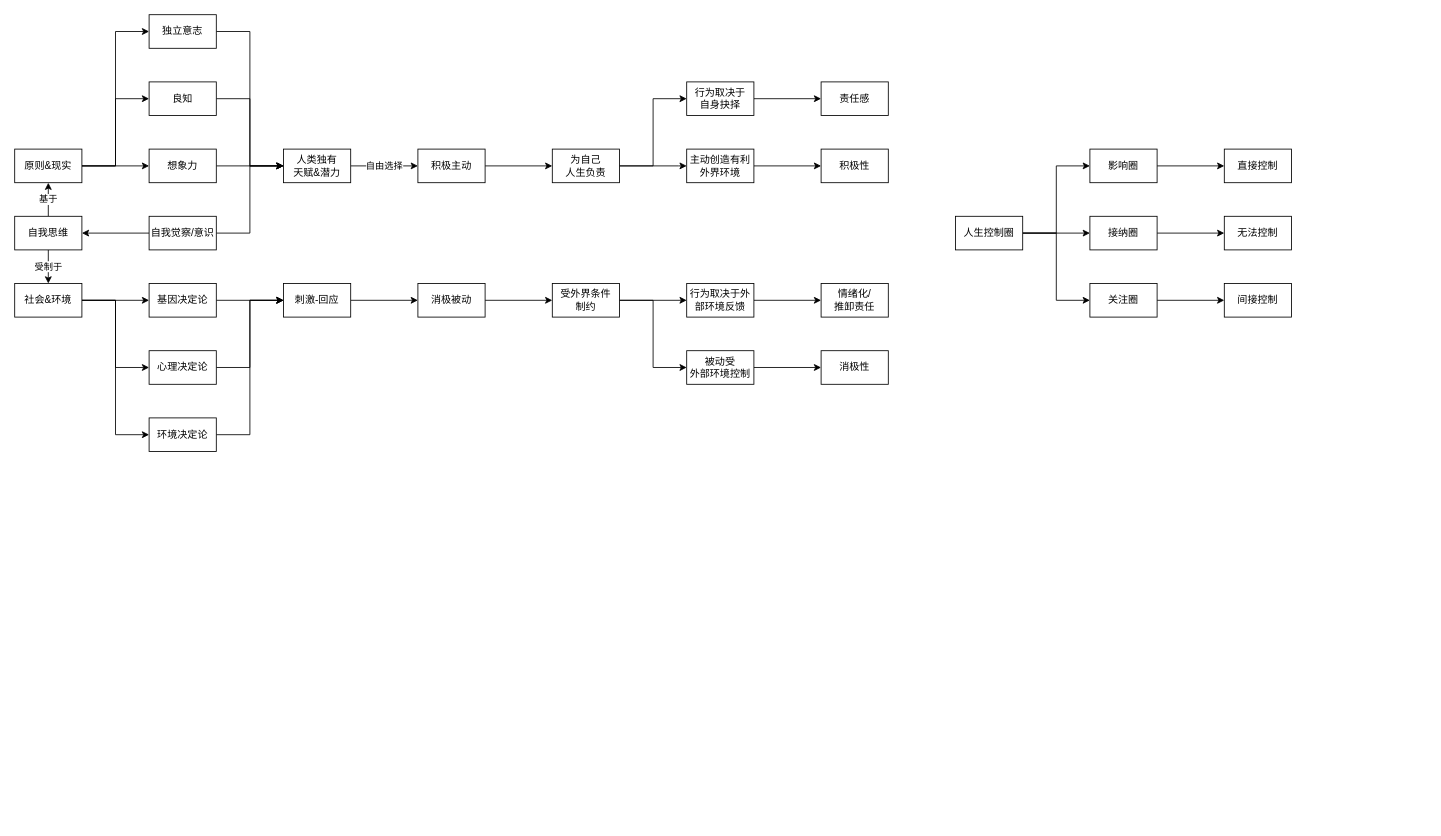
Above: page "第 2 页" (2 of 2) of 高效能人士的七个习惯.drawio in youyusan/hight-effect (draw.io), before the change. Source tidied: cells renumbered, new cells numbered last; positions are measured from the earlier drawing's top-left corner, leaving out a move shared by most shapes. Both pictures are drawn from the tidied source at 84%, with x=0, y=0 at pixel (14, 14).
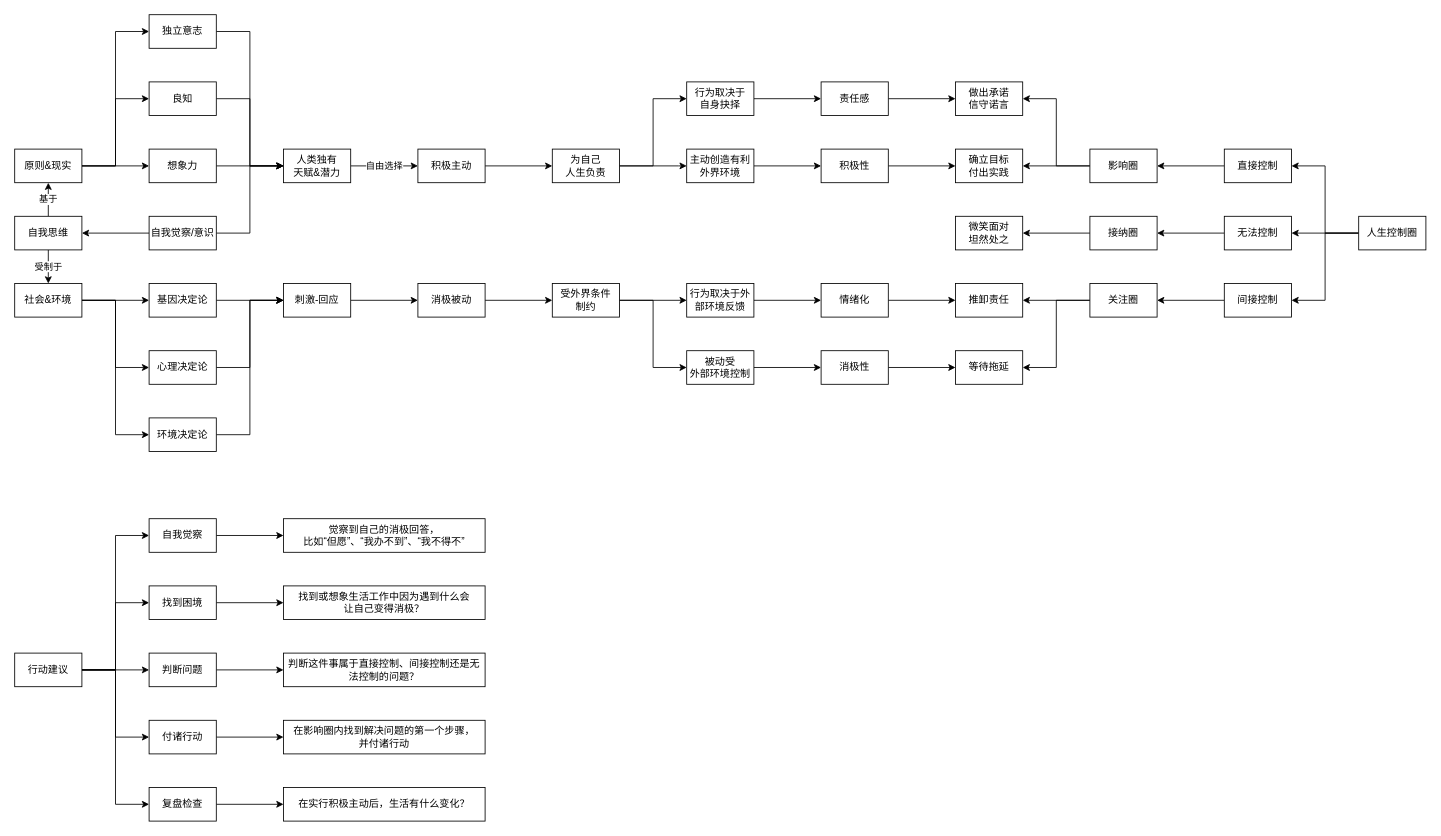
After the change.

Commit message:
更新高效能人士的七个习惯.drawio

Unchanged cells that the change refers to:
```xml
<mxCell id="43" value="责任感" style="rounded=0;whiteSpace=wrap;html=1;" parent="1" vertex="1">
  <mxGeometry x="960" y="80" width="80" height="40" as="geometry" />
</mxCell>
<mxCell id="44" value="积极性" style="rounded=0;whiteSpace=wrap;html=1;" parent="1" vertex="1">
  <mxGeometry x="960" y="160" width="80" height="40" as="geometry" />
</mxCell>
<mxCell id="53" value="消极性" style="rounded=0;whiteSpace=wrap;html=1;" parent="1" vertex="1">
  <mxGeometry x="960" y="400" width="80" height="40" as="geometry" />
</mxCell>
<mxCell id="59" value="关注圈" style="rounded=0;whiteSpace=wrap;html=1;" parent="1" vertex="1">
  <mxGeometry x="1280" y="320" width="80" height="40" as="geometry" />
</mxCell>
<mxCell id="61" value="影响圈" style="rounded=0;whiteSpace=wrap;html=1;" parent="1" vertex="1">
  <mxGeometry x="1280" y="160" width="80" height="40" as="geometry" />
</mxCell>
<mxCell id="63" value="接纳圈" style="rounded=0;whiteSpace=wrap;html=1;" parent="1" vertex="1">
  <mxGeometry x="1280" y="240" width="80" height="40" as="geometry" />
</mxCell>
<mxCell id="64" value="直接控制" style="rounded=0;whiteSpace=wrap;html=1;" parent="1" vertex="1">
  <mxGeometry x="1440" y="160" width="80" height="40" as="geometry" />
</mxCell>
<mxCell id="65" value="间接控制" style="rounded=0;whiteSpace=wrap;html=1;" parent="1" vertex="1">
  <mxGeometry x="1440" y="320" width="80" height="40" as="geometry" />
</mxCell>
<mxCell id="66" value="无法控制" style="rounded=0;whiteSpace=wrap;html=1;" parent="1" vertex="1">
  <mxGeometry x="1440" y="240" width="80" height="40" as="geometry" />
</mxCell>
```

The edit, as a diff of the source:
```diff
@@
+    <mxCell id="67" style="edgeStyle=orthogonalEdgeStyle;rounded=0;jettySize=auto;html=1;" parent="1" edge="1" source="43" target="83">
+      <mxGeometry relative="1" as="geometry" />
+    </mxCell>
@@
+    <mxCell id="68" style="edgeStyle=orthogonalEdgeStyle;rounded=0;jettySize=auto;html=1;" parent="1" edge="1" source="44" target="82">
+      <mxGeometry relative="1" as="geometry" />
+    </mxCell>
@@
+    <mxCell id="69" style="edgeStyle=orthogonalEdgeStyle;rounded=0;jettySize=auto;html=1;" parent="1" edge="1" source="52" target="84">
+      <mxGeometry relative="1" as="geometry" />
+    </mxCell>
-    <mxCell id="52" value="情绪化/&lt;br&gt;推卸责任" style="rounded=0;whiteSpace=wrap;html=1;" parent="1" vertex="1">
+    <mxCell id="52" value="情绪化" style="rounded=0;whiteSpace=wrap;html=1;" parent="1" vertex="1">
       <mxGeometry x="960" y="320" width="80" height="40" as="geometry" />
     </mxCell>
+    <mxCell id="70" style="edgeStyle=orthogonalEdgeStyle;rounded=0;jettySize=auto;html=1;" parent="1" edge="1" source="53" target="85">
+      <mxGeometry relative="1" as="geometry" />
+    </mxCell>
@@
-    <mxCell id="54" style="edgeStyle=orthogonalEdgeStyle;rounded=0;jettySize=auto;html=1;entryX=0;entryY=0.5;entryDx=0;entryDy=0;" parent="1" edge="1" source="57" target="61">
-      <mxGeometry relative="1" as="geometry" />
-    </mxCell>
-    <mxCell id="55" style="edgeStyle=orthogonalEdgeStyle;rounded=0;jettySize=auto;html=1;" parent="1" edge="1" source="57" target="63">
-      <mxGeometry relative="1" as="geometry" />
-    </mxCell>
-    <mxCell id="56" style="edgeStyle=orthogonalEdgeStyle;rounded=0;jettySize=auto;html=1;entryX=0;entryY=0.5;entryDx=0;entryDy=0;" parent="1" edge="1" source="57" target="59">
-      <mxGeometry relative="1" as="geometry" />
-    </mxCell>
+    <mxCell id="71" style="edgeStyle=orthogonalEdgeStyle;rounded=0;jettySize=auto;html=1;entryDx=0;entryDy=0;" parent="1" edge="1" source="57" target="64">
+      <mxGeometry relative="1" as="geometry">
+        <Array as="points">
+          <mxPoint x="1560" y="260" />
+          <mxPoint x="1560" y="180" />
+        </Array>
+      </mxGeometry>
+    </mxCell>
+    <mxCell id="72" style="edgeStyle=orthogonalEdgeStyle;rounded=0;jettySize=auto;html=1;" parent="1" edge="1" source="57" target="66">
+      <mxGeometry relative="1" as="geometry" />
+    </mxCell>
+    <mxCell id="73" style="edgeStyle=orthogonalEdgeStyle;rounded=0;jettySize=auto;html=1;entryDx=0;entryDy=0;" parent="1" edge="1" source="57" target="65">
+      <mxGeometry relative="1" as="geometry">
+        <Array as="points">
+          <mxPoint x="1560" y="260" />
+          <mxPoint x="1560" y="340" />
+        </Array>
+      </mxGeometry>
+    </mxCell>
     <mxCell id="57" value="人生控制圈" style="rounded=0;whiteSpace=wrap;html=1;" parent="1" vertex="1">
-      <mxGeometry x="1120" y="240" width="80" height="40" as="geometry" />
+      <mxGeometry x="1600" y="240" width="80" height="40" as="geometry" />
     </mxCell>
-    <mxCell id="58" style="edgeStyle=orthogonalEdgeStyle;rounded=0;jettySize=auto;html=1;" parent="1" edge="1" source="59" target="65">
-      <mxGeometry relative="1" as="geometry" />
-    </mxCell>
+    <mxCell id="74" style="edgeStyle=orthogonalEdgeStyle;rounded=0;jettySize=auto;html=1;" parent="1" edge="1" source="59" target="84">
+      <mxGeometry relative="1" as="geometry" />
+    </mxCell>
+    <mxCell id="75" style="edgeStyle=orthogonalEdgeStyle;rounded=0;jettySize=auto;html=1;entryX=1;entryY=0.5;entryDx=0;entryDy=0;" parent="1" edge="1" source="59" target="85">
+      <mxGeometry relative="1" as="geometry" />
+    </mxCell>
@@
-    <mxCell id="60" style="edgeStyle=orthogonalEdgeStyle;rounded=0;jettySize=auto;html=1;" parent="1" edge="1" source="61" target="64">
-      <mxGeometry relative="1" as="geometry" />
-    </mxCell>
+    <mxCell id="76" style="edgeStyle=orthogonalEdgeStyle;rounded=0;jettySize=auto;html=1;" parent="1" edge="1" source="61" target="82">
+      <mxGeometry relative="1" as="geometry" />
+    </mxCell>
+    <mxCell id="77" style="edgeStyle=orthogonalEdgeStyle;rounded=0;jettySize=auto;html=1;entryX=1;entryY=0.5;entryDx=0;entryDy=0;" parent="1" edge="1" source="61" target="83">
+      <mxGeometry relative="1" as="geometry" />
+    </mxCell>
@@
-    <mxCell id="62" style="edgeStyle=orthogonalEdgeStyle;rounded=0;jettySize=auto;html=1;" parent="1" edge="1" source="63" target="66">
-      <mxGeometry relative="1" as="geometry" />
-    </mxCell>
+    <mxCell id="78" style="edgeStyle=orthogonalEdgeStyle;rounded=0;jettySize=auto;html=1;" parent="1" edge="1" source="63" target="86">
+      <mxGeometry relative="1" as="geometry" />
+    </mxCell>
@@
+    <mxCell id="79" style="edgeStyle=orthogonalEdgeStyle;rounded=0;jettySize=auto;html=1;" parent="1" edge="1" source="64" target="61">
+      <mxGeometry relative="1" as="geometry" />
+    </mxCell>
@@
+    <mxCell id="80" style="edgeStyle=orthogonalEdgeStyle;rounded=0;jettySize=auto;html=1;" parent="1" edge="1" source="65" target="59">
+      <mxGeometry relative="1" as="geometry" />
+    </mxCell>
@@
+    <mxCell id="81" style="edgeStyle=orthogonalEdgeStyle;rounded=0;jettySize=auto;html=1;" parent="1" edge="1" source="66" target="63">
+      <mxGeometry relative="1" as="geometry" />
+    </mxCell>
@@
+    <mxCell id="82" value="确立目标&lt;br&gt;付出实践" style="rounded=0;whiteSpace=wrap;html=1;" parent="1" vertex="1">
+      <mxGeometry x="1120" y="160" width="80" height="40" as="geometry" />
+    </mxCell>
+    <mxCell id="83" value="做出承诺&lt;br&gt;信守诺言" style="rounded=0;whiteSpace=wrap;html=1;" parent="1" vertex="1">
+      <mxGeometry x="1120" y="80" width="80" height="40" as="geometry" />
+    </mxCell>
+    <mxCell id="84" value="推卸责任" style="rounded=0;whiteSpace=wrap;html=1;" parent="1" vertex="1">
+      <mxGeometry x="1120" y="320" width="80" height="40" as="geometry" />
+    </mxCell>
+    <mxCell id="85" value="等待拖延" style="rounded=0;whiteSpace=wrap;html=1;" parent="1" vertex="1">
+      <mxGeometry x="1120" y="400" width="80" height="40" as="geometry" />
+    </mxCell>
+    <mxCell id="86" value="微笑面对&lt;br&gt;坦然处之" style="rounded=0;whiteSpace=wrap;html=1;" parent="1" vertex="1">
+      <mxGeometry x="1120" y="240" width="80" height="40" as="geometry" />
+    </mxCell>
+    <mxCell id="87" style="edgeStyle=orthogonalEdgeStyle;rounded=0;jettySize=auto;html=1;" parent="1" edge="1" source="92" target="95">
+      <mxGeometry relative="1" as="geometry">
+        <Array as="points">
+          <mxPoint x="120" y="780" />
+          <mxPoint x="120" y="620" />
+        </Array>
+      </mxGeometry>
+    </mxCell>
+    <mxCell id="88" style="edgeStyle=orthogonalEdgeStyle;rounded=0;jettySize=auto;html=1;entryX=0;entryY=0.5;entryDx=0;entryDy=0;" parent="1" edge="1" source="92" target="97">
+      <mxGeometry relative="1" as="geometry" />
+    </mxCell>
+    <mxCell id="89" style="edgeStyle=orthogonalEdgeStyle;rounded=0;jettySize=auto;html=1;entryX=0;entryY=0.5;entryDx=0;entryDy=0;" parent="1" edge="1" source="92" target="100">
+      <mxGeometry relative="1" as="geometry" />
+    </mxCell>
+    <mxCell id="90" style="edgeStyle=orthogonalEdgeStyle;rounded=0;jettySize=auto;html=1;entryX=0;entryY=0.5;entryDx=0;entryDy=0;" parent="1" edge="1" source="92" target="103">
+      <mxGeometry relative="1" as="geometry" />
+    </mxCell>
+    <mxCell id="91" style="edgeStyle=orthogonalEdgeStyle;rounded=0;jettySize=auto;html=1;entryX=0;entryY=0.5;entryDx=0;entryDy=0;" parent="1" edge="1" source="92" target="106">
+      <mxGeometry relative="1" as="geometry" />
+    </mxCell>
+    <mxCell id="92" value="行动建议" style="rounded=0;whiteSpace=wrap;html=1;" parent="1" vertex="1">
+      <mxGeometry y="760" width="80" height="40" as="geometry" />
+    </mxCell>
+    <mxCell id="93" value="觉察到自己的消极回答，&lt;br&gt;比如“但愿”、“我办不到”、“我不得不”" style="rounded=0;whiteSpace=wrap;html=1;" parent="1" vertex="1">
+      <mxGeometry x="320" y="600" width="240" height="40" as="geometry" />
+    </mxCell>
+    <mxCell id="94" style="edgeStyle=orthogonalEdgeStyle;rounded=0;jettySize=auto;html=1;" parent="1" edge="1" source="95" target="93">
+      <mxGeometry relative="1" as="geometry" />
+    </mxCell>
+    <mxCell id="95" value="自我觉察" style="rounded=0;whiteSpace=wrap;html=1;" parent="1" vertex="1">
+      <mxGeometry x="160" y="600" width="80" height="40" as="geometry" />
+    </mxCell>
+    <mxCell id="96" style="edgeStyle=orthogonalEdgeStyle;rounded=0;jettySize=auto;html=1;" parent="1" edge="1" source="97" target="98">
+      <mxGeometry relative="1" as="geometry" />
+    </mxCell>
+    <mxCell id="97" value="找到困境" style="rounded=0;whiteSpace=wrap;html=1;" parent="1" vertex="1">
+      <mxGeometry x="160" y="680" width="80" height="40" as="geometry" />
+    </mxCell>
+    <mxCell id="98" value="找到或想象生活工作中因为遇到什么会&lt;br&gt;让自己变得消极？" style="rounded=0;whiteSpace=wrap;html=1;" parent="1" vertex="1">
+      <mxGeometry x="320" y="680" width="240" height="40" as="geometry" />
+    </mxCell>
+    <mxCell id="99" style="edgeStyle=orthogonalEdgeStyle;rounded=0;jettySize=auto;html=1;" parent="1" edge="1" source="100" target="101">
+      <mxGeometry relative="1" as="geometry" />
+    </mxCell>
+    <mxCell id="100" value="判断问题" style="rounded=0;whiteSpace=wrap;html=1;" parent="1" vertex="1">
+      <mxGeometry x="160" y="760" width="80" height="40" as="geometry" />
+    </mxCell>
+    <mxCell id="101" value="判断这件事属于直接控制、间接控制还是无法控制的问题？" style="rounded=0;whiteSpace=wrap;html=1;" parent="1" vertex="1">
+      <mxGeometry x="320" y="760" width="240" height="40" as="geometry" />
+    </mxCell>
+    <mxCell id="102" style="edgeStyle=orthogonalEdgeStyle;rounded=0;jettySize=auto;html=1;" parent="1" edge="1" source="103" target="104">
+      <mxGeometry relative="1" as="geometry" />
+    </mxCell>
+    <mxCell id="103" value="付诸行动" style="rounded=0;whiteSpace=wrap;html=1;" parent="1" vertex="1">
+      <mxGeometry x="160" y="840" width="80" height="40" as="geometry" />
+    </mxCell>
+    <mxCell id="104" value="在影响圈内找到解决问题的第一个步骤，&lt;br&gt;并付诸行动" style="rounded=0;whiteSpace=wrap;html=1;" parent="1" vertex="1">
+      <mxGeometry x="320" y="840" width="240" height="40" as="geometry" />
+    </mxCell>
+    <mxCell id="105" style="edgeStyle=orthogonalEdgeStyle;rounded=0;jettySize=auto;html=1;" parent="1" edge="1" source="106" target="107">
+      <mxGeometry relative="1" as="geometry" />
+    </mxCell>
+    <mxCell id="106" value="复盘检查" style="rounded=0;whiteSpace=wrap;html=1;" parent="1" vertex="1">
+      <mxGeometry x="160" y="920" width="80" height="40" as="geometry" />
+    </mxCell>
+    <mxCell id="107" value="在实行积极主动后，生活有什么变化？" style="rounded=0;whiteSpace=wrap;html=1;" parent="1" vertex="1">
+      <mxGeometry x="320" y="920" width="240" height="40" as="geometry" />
+    </mxCell>
```
